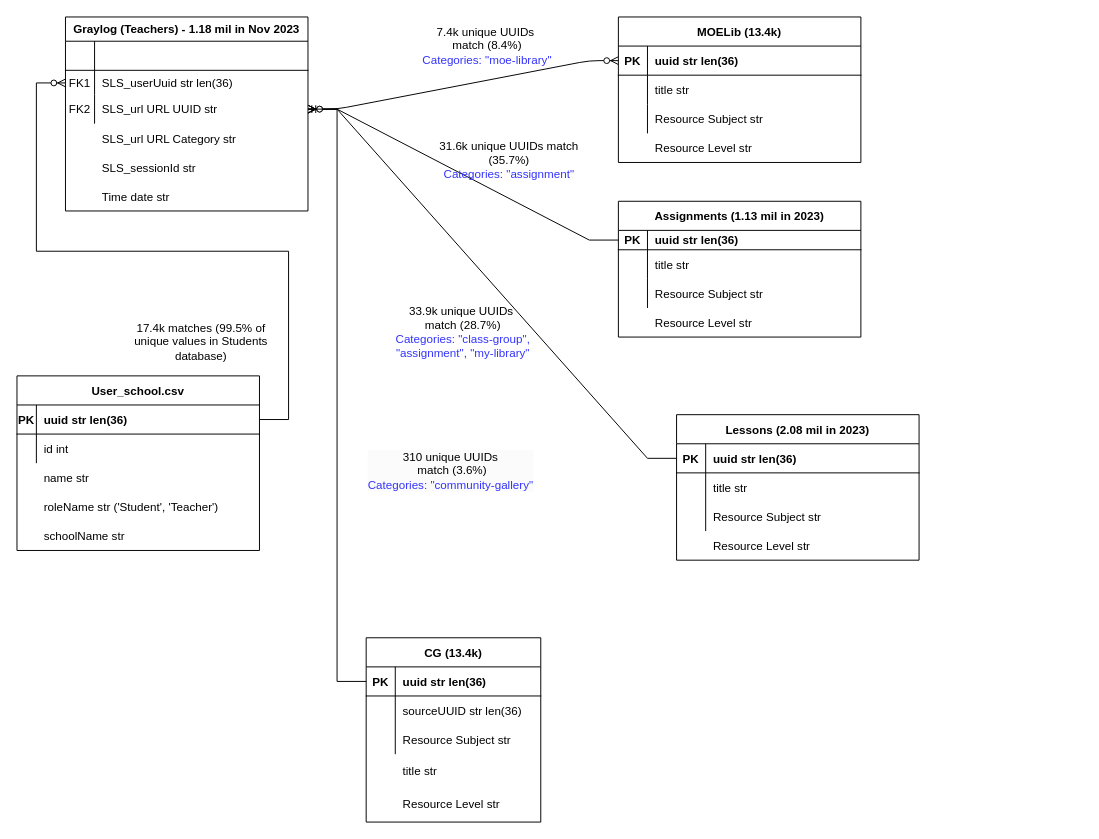
Before: page "Page-2" (2 of 2) of Untitled Diagram.drawio in munglin/psychological, a draw.io diagram. Source tidied: cells renumbered, new cells numbered last; positions are measured from the earlier drawing's top-left corner, leaving out a move shared by most shapes. Both pictures are drawn from the tidied source at 97%, with x=0, y=0 at pixel (16, 16).
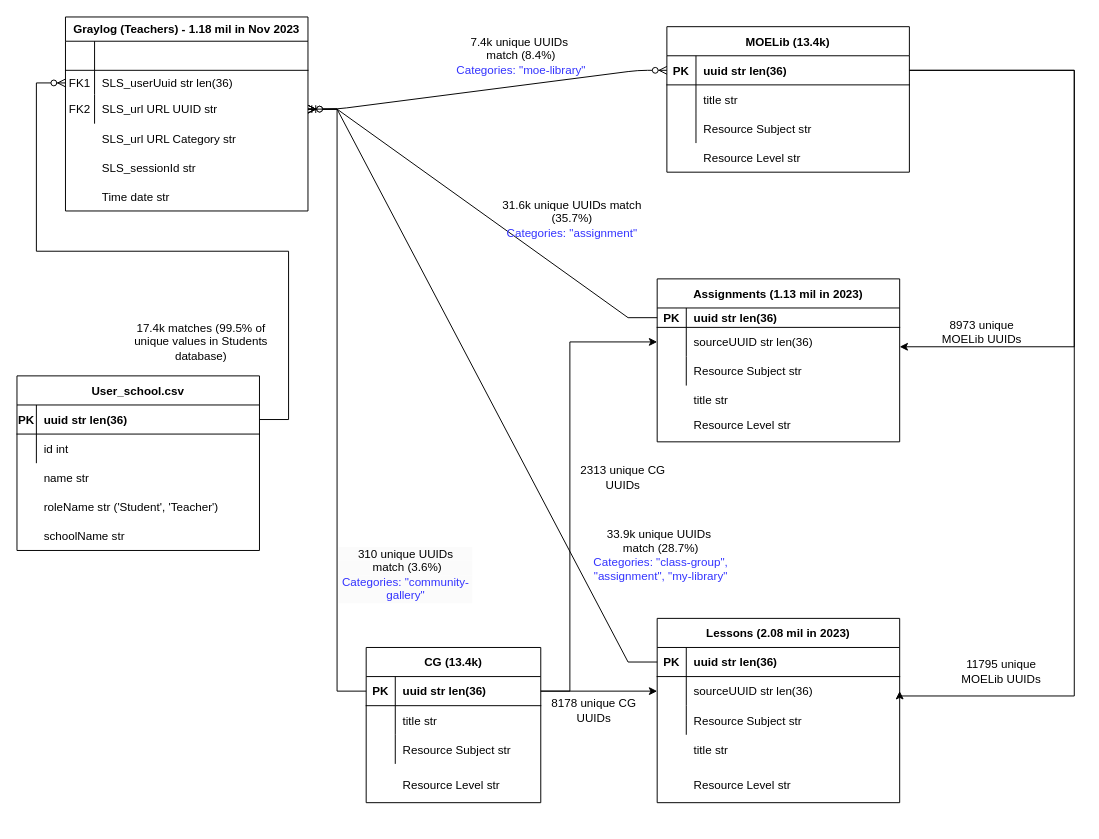
Above is the later version.

Unchanged cells that the change refers to:
```xml
<mxCell id="34" style="shape=partialRectangle;fillColor=none;points=[[0,0.5],[1,0.5]];portConstraint=eastwest;top=0;left=0;right=0;bottom=1;" parent="33" vertex="1">
  <mxGeometry y="30" width="250" height="30" as="geometry" />
</mxCell>
<mxCell id="45" style="group;" parent="1" vertex="1">
  <mxGeometry x="470" y="230" width="250" height="160" as="geometry" />
</mxCell>
<mxCell id="48" style="group;" parent="1" vertex="1">
  <mxGeometry x="360" y="640" width="180" height="190" as="geometry" />
</mxCell>
<mxCell id="50" style="shape=partialRectangle;fillColor=none;points=[[0,0.5],[1,0.5]];portConstraint=eastwest;top=0;left=0;right=0;bottom=1;" parent="49" vertex="1">
  <mxGeometry y="30" width="180" height="30" as="geometry" />
</mxCell>
<mxCell id="68" style="shape=partialRectangle;fillColor=none;points=[[0,0.5],[1,0.5]];portConstraint=eastwest;top=0;left=0;right=0;bottom=0;" parent="64" vertex="1">
  <mxGeometry y="60" width="250" height="30" as="geometry" />
</mxCell>
<mxCell id="82" style="shape=partialRectangle;fillColor=none;points=[[0,0.5],[1,0.5]];portConstraint=eastwest;top=0;left=0;right=0;bottom=0;" parent="78" vertex="1">
  <mxGeometry y="50" width="250" height="30" as="geometry" />
</mxCell>
```

The edit, as a diff of the source:
```diff
@@
     <mxCell id="32" style="group;" parent="1" vertex="1">
-      <mxGeometry x="640" width="250" height="150" as="geometry" />
+      <mxGeometry x="690" y="10" width="250" height="150" as="geometry" />
     </mxCell>
@@
-    <mxCell id="47" value="&lt;div&gt;&lt;span style=&quot;background-color: initial;&quot;&gt;33.9k unique UUIDs&amp;nbsp;&lt;/span&gt;&lt;/div&gt;&lt;div&gt;&lt;span style=&quot;background-color: initial;&quot;&gt;match (28.7%)&lt;/span&gt;&lt;br&gt;&lt;/div&gt;&lt;div&gt;&lt;span style=&quot;background-color: initial;&quot;&gt;&lt;font color=&quot;#3333ff&quot;&gt;Categories: &quot;class-group&quot;, &quot;assignment&quot;, &quot;my-library&quot;&lt;/font&gt;&lt;/span&gt;&lt;/div&gt;" style="text;html=1;align=center;verticalAlign=middle;whiteSpace=wrap;rounded=0;" parent="45" vertex="1">
-      <mxGeometry x="-83.8" y="80" width="147.5" height="30" as="geometry" />
-    </mxCell>
@@
     <mxCell id="49" value="CG (13.4k)" style="shape=table;startSize=30;childLayout=tableLayout;rowLines=0;fontStyle=1;align=center;" parent="48" vertex="1">
-      <mxGeometry width="180" height="190" as="geometry" />
+      <mxGeometry y="10" width="180" height="160" as="geometry" />
     </mxCell>
@@
     <mxCell id="60" value="Resource Level str" style="shape=partialRectangle;overflow=hidden;fillColor=none;top=0;left=0;bottom=0;right=0;align=left;spacingLeft=6;" parent="48" vertex="1">
-      <mxGeometry x="30" y="152" width="158.4" height="38" as="geometry" />
+      <mxGeometry x="30" y="132" width="158.4" height="38" as="geometry" />
     </mxCell>
-    <mxCell id="61" value="title str" style="shape=partialRectangle;overflow=hidden;fillColor=none;top=0;left=0;bottom=0;right=0;align=left;spacingLeft=6;" parent="48" vertex="1">
-      <mxGeometry x="30" y="122" width="150" height="30" as="geometry" />
-    </mxCell>
+    <mxCell id="94" value="title str" style="shape=partialRectangle;overflow=hidden;fillColor=none;top=0;left=0;bottom=0;right=0;align=left;spacingLeft=6;" parent="48" vertex="1">
+      <mxGeometry x="30" y="70" width="150" height="30" as="geometry" />
+    </mxCell>
@@
     <mxCell id="63" style="group;" parent="1" vertex="1">
-      <mxGeometry x="680" y="410" width="250" height="150" as="geometry" />
+      <mxGeometry x="660" y="620" width="250" height="190" as="geometry" />
     </mxCell>
     <mxCell id="64" value="Lessons (2.08 mil in 2023)" style="shape=table;startSize=30;childLayout=tableLayout;rowLines=0;fontStyle=1;align=center;" parent="63" vertex="1">
-      <mxGeometry width="250" height="150" as="geometry" />
+      <mxGeometry width="250" height="190" as="geometry" />
     </mxCell>
@@
-    <mxCell id="70" value="title str" style="shape=partialRectangle;overflow=hidden;fillColor=none;top=0;left=0;bottom=0;right=0;align=left;spacingLeft=6;" parent="68" vertex="1">
+    <mxCell id="70" value="sourceUUID str len(36)" style="shape=partialRectangle;overflow=hidden;fillColor=none;top=0;left=0;bottom=0;right=0;align=left;spacingLeft=6;" parent="68" vertex="1">
       <mxGeometry x="30" width="220" height="30" as="geometry" />
     </mxCell>
@@
     <mxCell id="74" value="Resource Level str" style="shape=partialRectangle;overflow=hidden;fillColor=none;top=0;left=0;bottom=0;right=0;align=left;spacingLeft=6;" parent="63" vertex="1">
-      <mxGeometry x="30" y="120" width="220" height="30" as="geometry" />
+      <mxGeometry x="30" y="152" width="220" height="38" as="geometry" />
     </mxCell>
+    <mxCell id="95" style="shape=partialRectangle;fillColor=none;top=0;left=0;right=0;bottom=0;" parent="63" vertex="1">
+      <mxGeometry y="120" width="250" height="30" as="geometry" />
+    </mxCell>
+    <mxCell id="96" style="shape=partialRectangle;overflow=hidden;fillColor=none;top=0;left=0;bottom=0;right=0;" parent="95" vertex="1">
+      <mxGeometry width="30" height="30" as="geometry" />
+    </mxCell>
+    <mxCell id="97" value="title str" style="shape=partialRectangle;overflow=hidden;fillColor=none;top=0;left=0;bottom=0;right=0;align=left;spacingLeft=6;" parent="95" vertex="1">
+      <mxGeometry x="30" width="220" height="30" as="geometry" />
+    </mxCell>
@@
     <mxCell id="77" style="group;" parent="1" vertex="1">
-      <mxGeometry x="620" y="190" width="250" height="150" as="geometry" />
+      <mxGeometry x="660" y="270" width="250" height="180" as="geometry" />
     </mxCell>
+    <mxCell id="88" value="Resource Level str" style="shape=partialRectangle;overflow=hidden;fillColor=none;top=0;left=0;bottom=0;right=0;align=left;spacingLeft=6;" parent="77" vertex="1">
+      <mxGeometry x="30" y="132" width="220" height="36" as="geometry" />
+    </mxCell>
     <mxCell id="78" value="Assignments (1.13 mil in 2023)" style="shape=table;startSize=30;childLayout=tableLayout;rowLines=0;fontStyle=1;align=center;" parent="77" vertex="1">
-      <mxGeometry width="250" height="140" as="geometry" />
+      <mxGeometry width="250" height="168" as="geometry" />
     </mxCell>
@@
-    <mxCell id="84" value="title str" style="shape=partialRectangle;overflow=hidden;fillColor=none;top=0;left=0;bottom=0;right=0;align=left;spacingLeft=6;" parent="82" vertex="1">
+    <mxCell id="84" style="shape=partialRectangle;overflow=hidden;fillColor=none;top=0;left=0;bottom=0;right=0;align=left;spacingLeft=6;" parent="82" vertex="1">
       <mxGeometry x="30" width="220" height="30" as="geometry" />
     </mxCell>
@@
-    <mxCell id="88" value="Resource Level str" style="shape=partialRectangle;overflow=hidden;fillColor=none;top=0;left=0;bottom=0;right=0;align=left;spacingLeft=6;" parent="77" vertex="1">
-      <mxGeometry x="30" y="110" width="220" height="30" as="geometry" />
-    </mxCell>
+    <mxCell id="98" value="title str" style="shape=partialRectangle;overflow=hidden;fillColor=none;top=0;left=0;bottom=0;right=0;align=left;spacingLeft=6;" parent="77" vertex="1">
+      <mxGeometry x="30" y="110" width="220" height="30" as="geometry" />
+    </mxCell>
+    <mxCell id="90" value="&lt;div style=&quot;forced-color-adjust: none; color: rgb(0, 0, 0); font-family: Helvetica; font-size: 12px; font-style: normal; font-variant-ligatures: normal; font-variant-caps: normal; font-weight: 400; letter-spacing: normal; orphans: 2; text-align: center; text-indent: 0px; text-transform: none; widows: 2; word-spacing: 0px; -webkit-text-stroke-width: 0px; white-space: normal; background-color: rgb(251, 251, 251); text-decoration-thickness: initial; text-decoration-style: initial; text-decoration-color: initial;&quot;&gt;&lt;span style=&quot;forced-color-adjust: none; background-color: initial;&quot;&gt;310 unique UUIDs&lt;/span&gt;&lt;/div&gt;&lt;div style=&quot;forced-color-adjust: none; color: rgb(0, 0, 0); font-family: Helvetica; font-size: 12px; font-style: normal; font-variant-ligatures: normal; font-variant-caps: normal; font-weight: 400; letter-spacing: normal; orphans: 2; text-align: center; text-indent: 0px; text-transform: none; widows: 2; word-spacing: 0px; -webkit-text-stroke-width: 0px; white-space: normal; background-color: rgb(251, 251, 251); text-decoration-thickness: initial; text-decoration-style: initial; text-decoration-color: initial;&quot;&gt;&lt;span style=&quot;forced-color-adjust: none; background-color: initial;&quot;&gt;&amp;nbsp;match (3.6%)&lt;/span&gt;&lt;/div&gt;&lt;div style=&quot;forced-color-adjust: none; color: rgb(0, 0, 0); font-family: Helvetica; font-size: 12px; font-style: normal; font-variant-ligatures: normal; font-variant-caps: normal; font-weight: 400; letter-spacing: normal; orphans: 2; text-align: center; text-indent: 0px; text-transform: none; widows: 2; word-spacing: 0px; -webkit-text-stroke-width: 0px; white-space: normal; background-color: rgb(251, 251, 251); text-decoration-thickness: initial; text-decoration-style: initial; text-decoration-color: initial;&quot;&gt;&lt;span style=&quot;forced-color-adjust: none; color: rgb(51, 51, 255); background-color: initial;&quot;&gt;Categories: &quot;community-gallery&quot;&lt;/span&gt;&lt;/div&gt;" style="text;whiteSpace=wrap;html=1;" parent="1" vertex="1">
+      <mxGeometry x="330" y="540" width="140" height="70" as="geometry" />
+    </mxCell>
@@
-    <mxCell id="90" value="&lt;div style=&quot;forced-color-adjust: none; color: rgb(0, 0, 0); font-family: Helvetica; font-size: 12px; font-style: normal; font-variant-ligatures: normal; font-variant-caps: normal; font-weight: 400; letter-spacing: normal; orphans: 2; text-align: center; text-indent: 0px; text-transform: none; widows: 2; word-spacing: 0px; -webkit-text-stroke-width: 0px; white-space: normal; background-color: rgb(251, 251, 251); text-decoration-thickness: initial; text-decoration-style: initial; text-decoration-color: initial;&quot;&gt;&lt;span style=&quot;forced-color-adjust: none; background-color: initial;&quot;&gt;310 unique UUIDs&lt;/span&gt;&lt;/div&gt;&lt;div style=&quot;forced-color-adjust: none; color: rgb(0, 0, 0); font-family: Helvetica; font-size: 12px; font-style: normal; font-variant-ligatures: normal; font-variant-caps: normal; font-weight: 400; letter-spacing: normal; orphans: 2; text-align: center; text-indent: 0px; text-transform: none; widows: 2; word-spacing: 0px; -webkit-text-stroke-width: 0px; white-space: normal; background-color: rgb(251, 251, 251); text-decoration-thickness: initial; text-decoration-style: initial; text-decoration-color: initial;&quot;&gt;&lt;span style=&quot;forced-color-adjust: none; background-color: initial;&quot;&gt;&amp;nbsp;match (3.6%)&lt;/span&gt;&lt;/div&gt;&lt;div style=&quot;forced-color-adjust: none; color: rgb(0, 0, 0); font-family: Helvetica; font-size: 12px; font-style: normal; font-variant-ligatures: normal; font-variant-caps: normal; font-weight: 400; letter-spacing: normal; orphans: 2; text-align: center; text-indent: 0px; text-transform: none; widows: 2; word-spacing: 0px; -webkit-text-stroke-width: 0px; white-space: normal; background-color: rgb(251, 251, 251); text-decoration-thickness: initial; text-decoration-style: initial; text-decoration-color: initial;&quot;&gt;&lt;span style=&quot;forced-color-adjust: none; color: rgb(51, 51, 255); background-color: initial;&quot;&gt;Categories: &quot;community-gallery&quot;&lt;/span&gt;&lt;/div&gt;" style="text;whiteSpace=wrap;html=1;" parent="1" vertex="1">
-      <mxGeometry x="360" y="440" width="200" height="70" as="geometry" />
-    </mxCell>
     <mxCell id="91" value="&lt;div&gt;&lt;span style=&quot;background-color: initial;&quot;&gt;7.4k unique UUIDs&amp;nbsp;&lt;/span&gt;&lt;br&gt;&lt;/div&gt;&lt;div&gt;&lt;span style=&quot;background-color: initial;&quot;&gt;match (8.4%)&lt;/span&gt;&lt;br&gt;&lt;/div&gt;&lt;div&gt;&lt;span style=&quot;background-color: initial;&quot;&gt;&lt;font color=&quot;#3333ff&quot;&gt;Categories: &quot;moe-library&quot;&lt;/font&gt;&lt;/span&gt;&lt;/div&gt;" style="text;html=1;align=center;verticalAlign=middle;whiteSpace=wrap;rounded=0;" parent="1" vertex="1">
-      <mxGeometry x="360" width="250" height="60" as="geometry" />
+      <mxGeometry x="395" y="10" width="250" height="60" as="geometry" />
     </mxCell>
     <mxCell id="92" value="&lt;div&gt;&lt;span style=&quot;background-color: initial; caret-color: rgb(102, 102, 255);&quot;&gt;31.6k unique UUIDs match (35.7%)&lt;/span&gt;&lt;br&gt;&lt;/div&gt;&lt;div&gt;&lt;font color=&quot;#3333ff&quot;&gt;Categories: &quot;assignment&quot;&lt;/font&gt;&lt;/div&gt;" style="text;html=1;align=center;verticalAlign=middle;whiteSpace=wrap;rounded=0;" parent="1" vertex="1">
-      <mxGeometry x="420" y="130" width="175" height="35" as="geometry" />
+      <mxGeometry x="485" y="190" width="175" height="35" as="geometry" />
     </mxCell>
-    <mxCell id="93" value="sourceUUID str len(36)" style="shape=partialRectangle;overflow=hidden;fillColor=none;top=0;left=0;bottom=0;right=0;align=left;spacingLeft=6;" parent="1" vertex="1">
+    <mxCell id="93" style="shape=partialRectangle;overflow=hidden;fillColor=none;top=0;left=0;bottom=0;right=0;align=left;spacingLeft=6;" parent="1" vertex="1">
       <mxGeometry x="390" y="700" width="150" height="30" as="geometry" />
     </mxCell>
+    <mxCell id="47" value="&lt;div&gt;&lt;span style=&quot;background-color: initial;&quot;&gt;33.9k unique UUIDs&amp;nbsp;&lt;/span&gt;&lt;/div&gt;&lt;div&gt;&lt;span style=&quot;background-color: initial;&quot;&gt;match (28.7%)&lt;/span&gt;&lt;br&gt;&lt;/div&gt;&lt;div&gt;&lt;span style=&quot;background-color: initial;&quot;&gt;&lt;font color=&quot;#3333ff&quot;&gt;Categories: &quot;class-group&quot;, &quot;assignment&quot;, &quot;my-library&quot;&lt;/font&gt;&lt;/span&gt;&lt;/div&gt;" style="text;html=1;align=center;verticalAlign=middle;whiteSpace=wrap;rounded=0;" parent="1" vertex="1">
+      <mxGeometry x="590" y="540" width="147.5" height="30" as="geometry" />
+    </mxCell>
+    <mxCell id="99" value="sourceUUID str len(36)" style="shape=partialRectangle;overflow=hidden;fillColor=none;top=0;left=0;bottom=0;right=0;align=left;spacingLeft=6;" parent="1" vertex="1">
+      <mxGeometry x="690" y="320" width="220" height="30" as="geometry" />
+    </mxCell>
+    <mxCell id="100" style="edgeStyle=orthogonalEdgeStyle;rounded=0;jettySize=auto;html=1;entryX=1;entryY=0.5;entryDx=0;entryDy=0;" parent="1" edge="1" target="68">
+      <mxGeometry relative="1" as="geometry">
+        <mxPoint x="920" y="55" as="sourcePoint" />
+        <Array as="points">
+          <mxPoint x="1090" y="55" />
+          <mxPoint x="1090" y="700" />
+          <mxPoint x="910" y="700" />
+        </Array>
+      </mxGeometry>
+    </mxCell>
+    <mxCell id="101" style="endArrow=classic;html=1;rounded=0;exitX=1;exitY=0.5;exitDx=0;exitDy=0;" parent="1" edge="1" source="34">
+      <mxGeometry relative="1" as="geometry">
+        <mxPoint x="910" y="340" as="targetPoint" />
+        <Array as="points">
+          <mxPoint x="1090" y="55" />
+          <mxPoint x="1090" y="340" />
+        </Array>
+      </mxGeometry>
+    </mxCell>
+    <mxCell id="102" value="8973 unique MOELib UUIDs" style="text;html=1;align=center;verticalAlign=middle;whiteSpace=wrap;rounded=0;" parent="1" vertex="1">
+      <mxGeometry x="940" y="310" width="110" height="30" as="geometry" />
+    </mxCell>
+    <mxCell id="103" value="11795 unique MOELib UUIDs" style="text;html=1;align=center;verticalAlign=middle;whiteSpace=wrap;rounded=0;" parent="1" vertex="1">
+      <mxGeometry x="960" y="660" width="110" height="30" as="geometry" />
+    </mxCell>
+    <mxCell id="104" style="endArrow=classic;html=1;rounded=0;exitX=1;exitY=0.5;exitDx=0;exitDy=0;entryX=0;entryY=0.5;entryDx=0;entryDy=0;" parent="1" edge="1" source="50" target="68">
+      <mxGeometry relative="1" as="geometry" />
+    </mxCell>
+    <mxCell id="105" style="endArrow=classic;html=1;rounded=0;exitX=1;exitY=0.5;exitDx=0;exitDy=0;entryX=0;entryY=0.5;entryDx=0;entryDy=0;" parent="1" edge="1" source="50" target="82">
+      <mxGeometry relative="1" as="geometry">
+        <Array as="points">
+          <mxPoint x="570" y="695" />
+          <mxPoint x="570" y="335" />
+        </Array>
+      </mxGeometry>
+    </mxCell>
+    <mxCell id="106" value="2313 unique CG UUIDs" style="text;html=1;align=center;verticalAlign=middle;whiteSpace=wrap;rounded=0;" parent="1" vertex="1">
+      <mxGeometry x="570" y="460" width="110" height="30" as="geometry" />
+    </mxCell>
+    <mxCell id="107" value="8178 unique CG UUIDs" style="text;html=1;align=center;verticalAlign=middle;whiteSpace=wrap;rounded=0;" parent="1" vertex="1">
+      <mxGeometry x="540" y="700" width="110" height="30" as="geometry" />
+    </mxCell>
```
